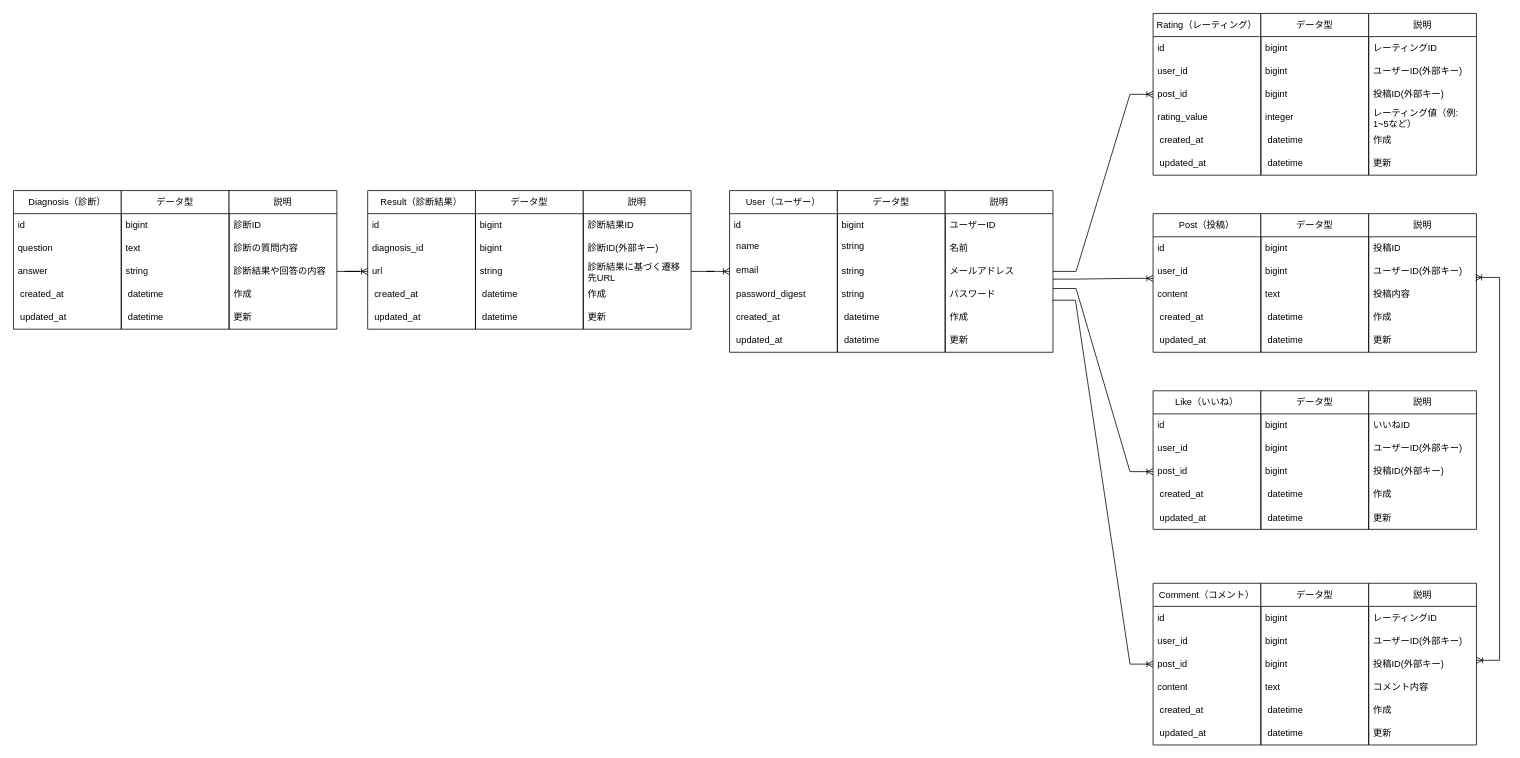
Above: 名称未設定ファイル.drawio in Itok1000/master (draw.io), before the change. Source tidied: cells renumbered, new cells numbered last; positions are measured from the earlier drawing's top-left corner, leaving out a move shared by most shapes. Both pictures are drawn from the tidied source at 77%, with x=0, y=0 at pixel (13, 13).
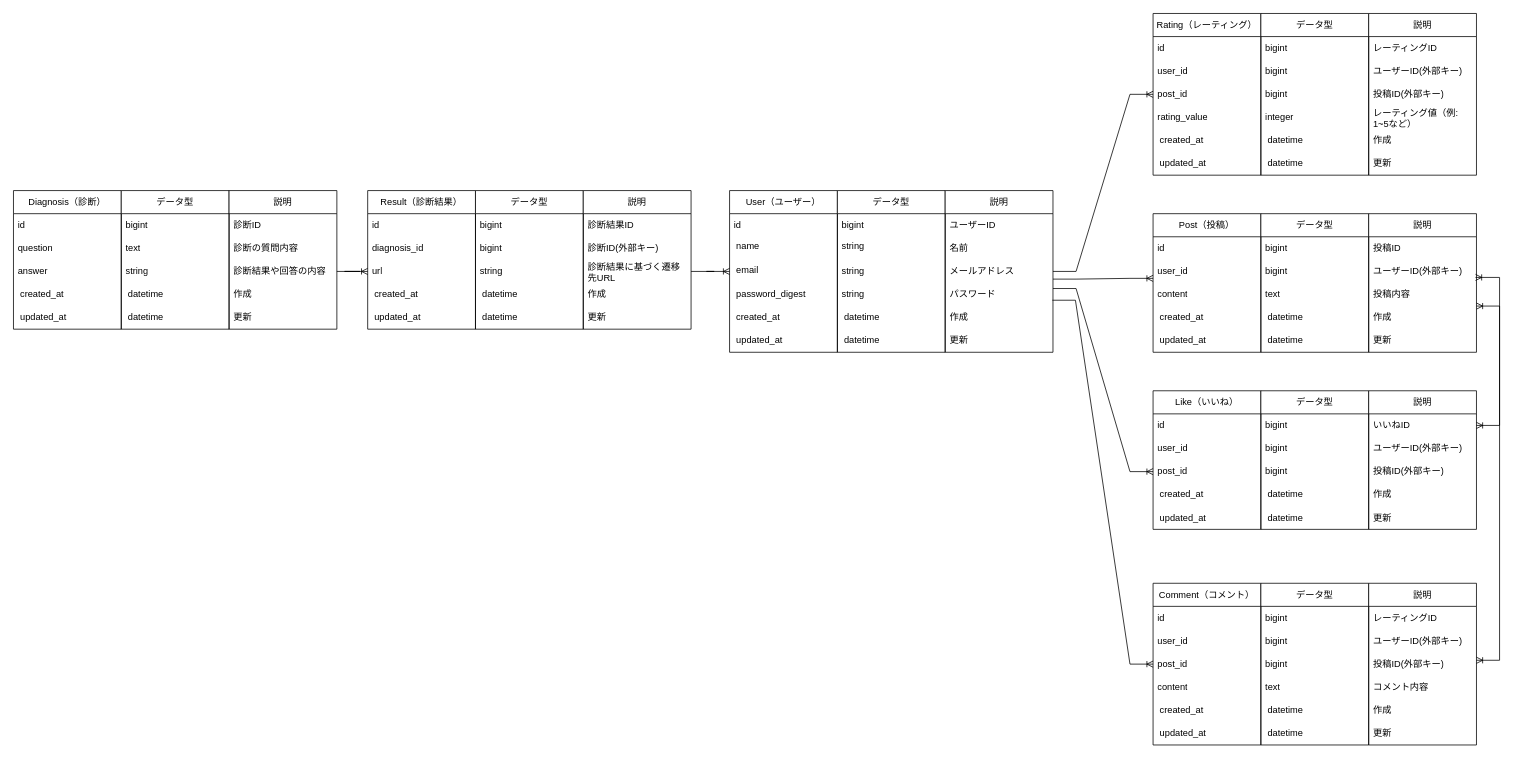
The same page after the edit.

Commit message:
名称未設定ファイル.drawio を更新します

The change refers to these unchanged cells:
```xml
<mxCell id="103" value="いいねID" style="text;strokeColor=none;fillColor=none;align=left;verticalAlign=middle;spacingLeft=4;spacingRight=4;overflow=hidden;points=[[0,0.5],[1,0.5]];portConstraint=eastwest;whiteSpace=wrap;html=1;" parent="102" vertex="1">
  <mxGeometry y="30" width="140" height="30" as="geometry" />
</mxCell>
<mxCell id="126" value="作成" style="text;strokeColor=none;fillColor=none;align=left;verticalAlign=middle;spacingLeft=4;spacingRight=4;overflow=hidden;points=[[0,0.5],[1,0.5]];portConstraint=eastwest;whiteSpace=wrap;html=1;" parent="122" vertex="1">
  <mxGeometry y="120" width="140" height="30" as="geometry" />
</mxCell>
```

What changed in the source:
```diff
@@
+    <mxCell id="158" style="edgeStyle=entityRelationEdgeStyle;fontSize=12;html=1;endArrow=ERoneToMany;startArrow=ERoneToMany;rounded=0;entryX=1;entryY=0;entryDx=0;entryDy=0;entryPerimeter=0;exitX=1;exitY=0.5;exitDx=0;exitDy=0;" parent="1" edge="1" source="103" target="126">
+      <mxGeometry relative="1" as="geometry" />
+    </mxCell>
```
